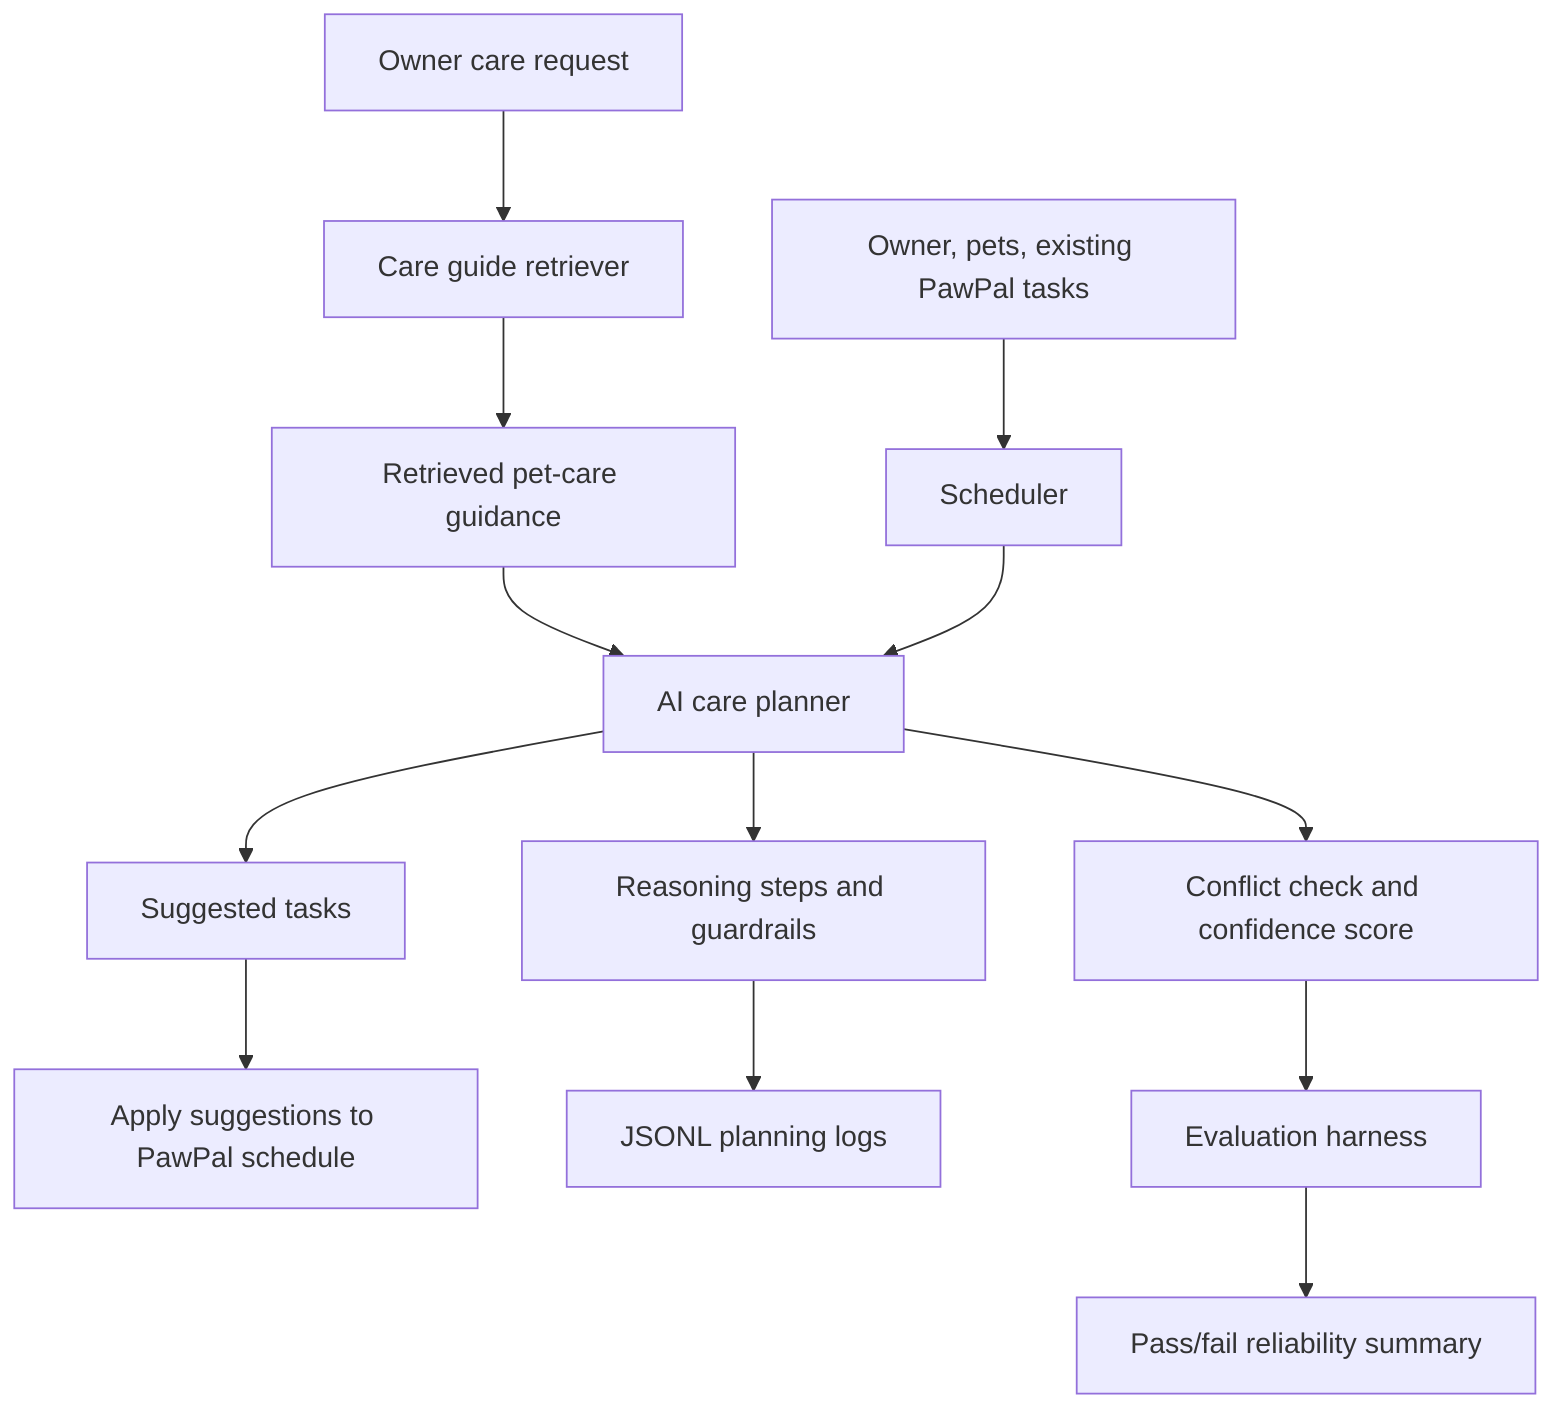
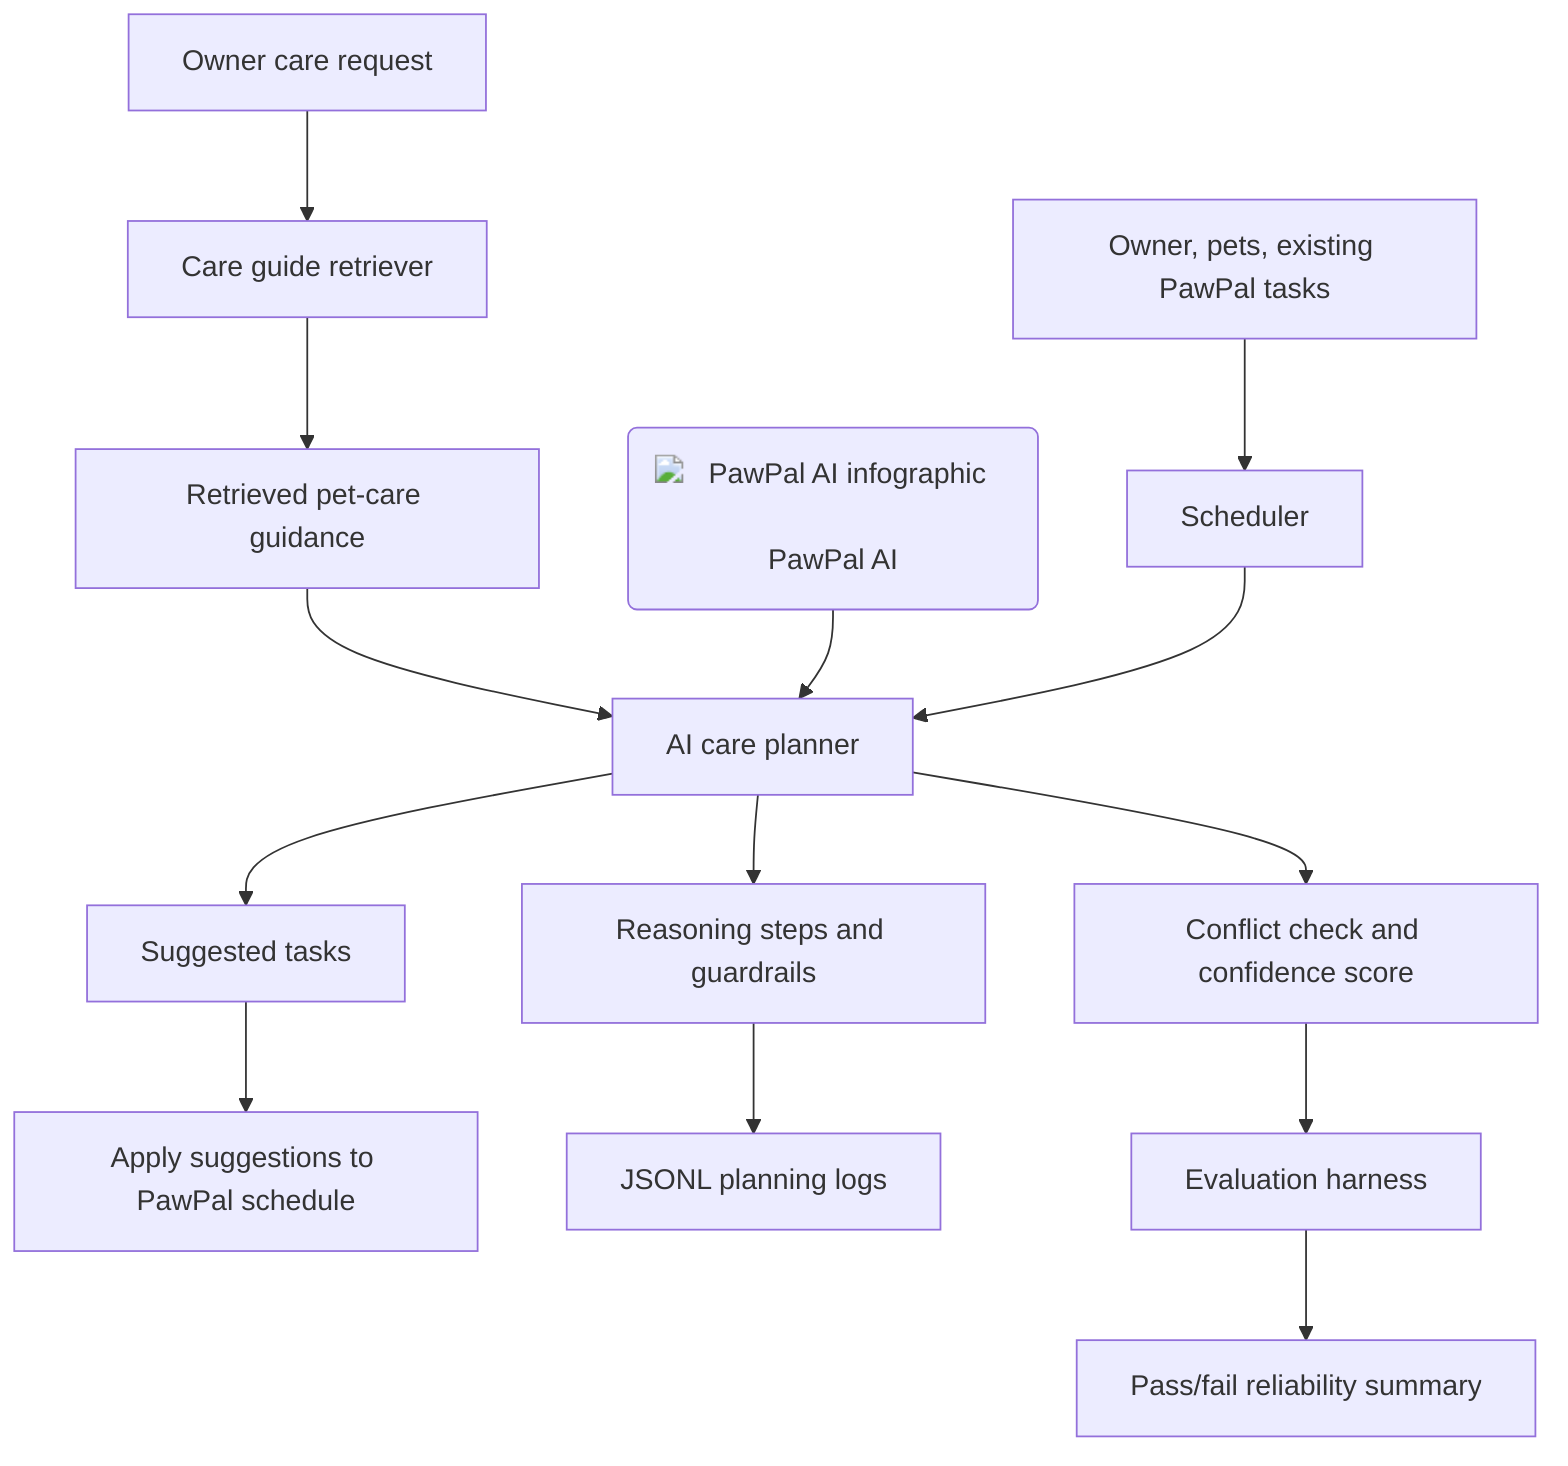
+ %%{init: { "securityLevel": "loose" }}%%
flowchart TD
+     Hero("<img src='../assets/pawpal-ai-infographic.png' width='220' alt='PawPal AI infographic'/><br/>PawPal AI")
    A[Owner, pets, existing PawPal tasks] --> B[Scheduler]
    C[Owner care request] --> D[Care guide retriever]
    D --> E[Retrieved pet-care guidance]
    E --> F[AI care planner]
+     Hero --> F
    B --> F
    F --> G[Suggested tasks]
    F --> H[Reasoning steps and guardrails]
    F --> I[Conflict check and confidence score]
    G --> J[Apply suggestions to PawPal schedule]
    H --> K[JSONL planning logs]
    I --> L[Evaluation harness]
    L --> M[Pass/fail reliability summary]
